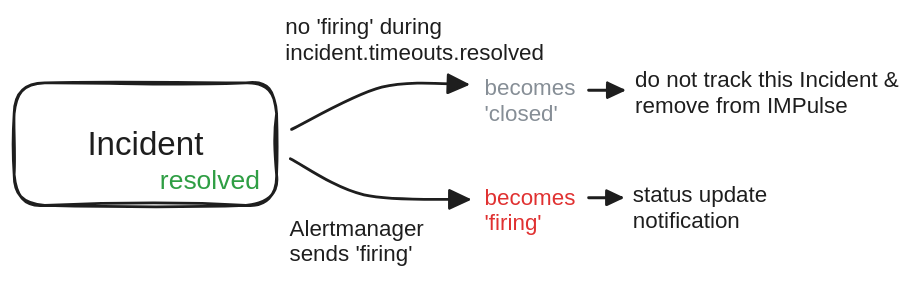
Earlier version of the Excalidraw export docs/content/media/incident_resolved.excalidraw.svg (eslupmi/impulse). Source tidied: one line per element, renumbered; positions are measured from the earlier drawing's top-left corner, leaving out a move shared by most shapes.
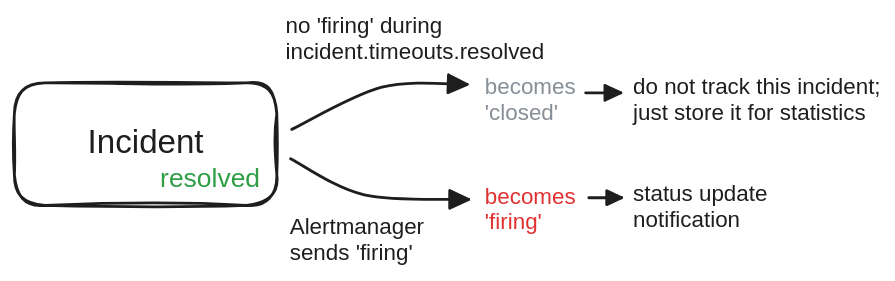
After the commit.

Change to the diagram source:
```diff
@@ -5,9 +5,9 @@
 {"id": 4, "type": "text", "text": "becomes\n'closed'", "strokeColor": "#868e96", "strokeWidth": 2, "roughness": 1, "fontSize": 16, "fontFamily": 2, "x": 336, "y": 44, "width": 65, "height": 37}
 {"id": 5, "type": "arrow", "strokeColor": "#1e1e1e", "strokeWidth": 2, "roughness": 0, "endArrowhead": "triangle", "round": true, "from": 1, "to": 6, "x": 197, "y": 104, "width": 127, "height": 29, "points": [[0, 0], [53, 26], [127, 29]]}
 {"id": 6, "type": "text", "text": "becomes\n'firing'", "strokeColor": "#e03131", "strokeWidth": 2, "roughness": 1, "fontSize": 16, "fontFamily": 2, "x": 336, "y": 122, "width": 65, "height": 37}
-{"id": 7, "type": "text", "text": "do not track this Incident &\nremove from IMPulse", "strokeColor": "#1e1e1e", "strokeWidth": 2, "roughness": 1, "fontSize": 16, "fontFamily": 2, "x": 444, "y": 38, "width": 189, "height": 37}
+{"id": 7, "type": "text", "text": "do not track this incident;\njust store it for statistics", "strokeColor": "#1e1e1e", "strokeWidth": 2, "roughness": 1, "fontSize": 16, "fontFamily": 2, "x": 442, "y": 44, "width": 177, "height": 37}
 {"id": 8, "type": "text", "text": "status update\nnotification", "strokeColor": "#1e1e1e", "strokeWidth": 2, "roughness": 1, "fontSize": 16, "fontFamily": 2, "x": 442, "y": 120, "width": 96, "height": 37}
-{"id": 9, "type": "arrow", "strokeColor": "#1e1e1e", "strokeWidth": 2, "roughness": 0, "endArrowhead": "triangle", "round": true, "from": 4, "to": 7, "x": 411, "y": 55, "width": 25, "height": 0, "points": [[0, 0], [25, 0]]}
+{"id": 9, "type": "arrow", "strokeColor": "#1e1e1e", "strokeWidth": 2, "roughness": 0, "endArrowhead": "triangle", "round": true, "from": 4, "to": 7, "x": 408, "y": 56, "width": 25, "height": 0, "points": [[0, 0], [25, 0]]}
 {"id": 10, "type": "arrow", "strokeColor": "#1e1e1e", "strokeWidth": 2, "roughness": 0, "endArrowhead": "triangle", "round": true, "from": 6, "to": 8, "x": 411, "y": 131, "width": 23, "height": 0, "points": [[0, 0], [23, 0]]}
 {"id": 11, "type": "text", "text": "Alertmanager\nsends 'firing'", "strokeColor": "#1e1e1e", "strokeWidth": 2, "roughness": 1, "fontSize": 16, "fontFamily": 2, "x": 197, "y": 144, "width": 96, "height": 37}
 {"id": 12, "type": "text", "text": "no 'firing' during\nincident.timeouts.resolved", "strokeColor": "#1e1e1e", "strokeWidth": 2, "roughness": 1, "fontSize": 16, "fontFamily": 2, "x": 194, "y": 0, "width": 185, "height": 37}
```
